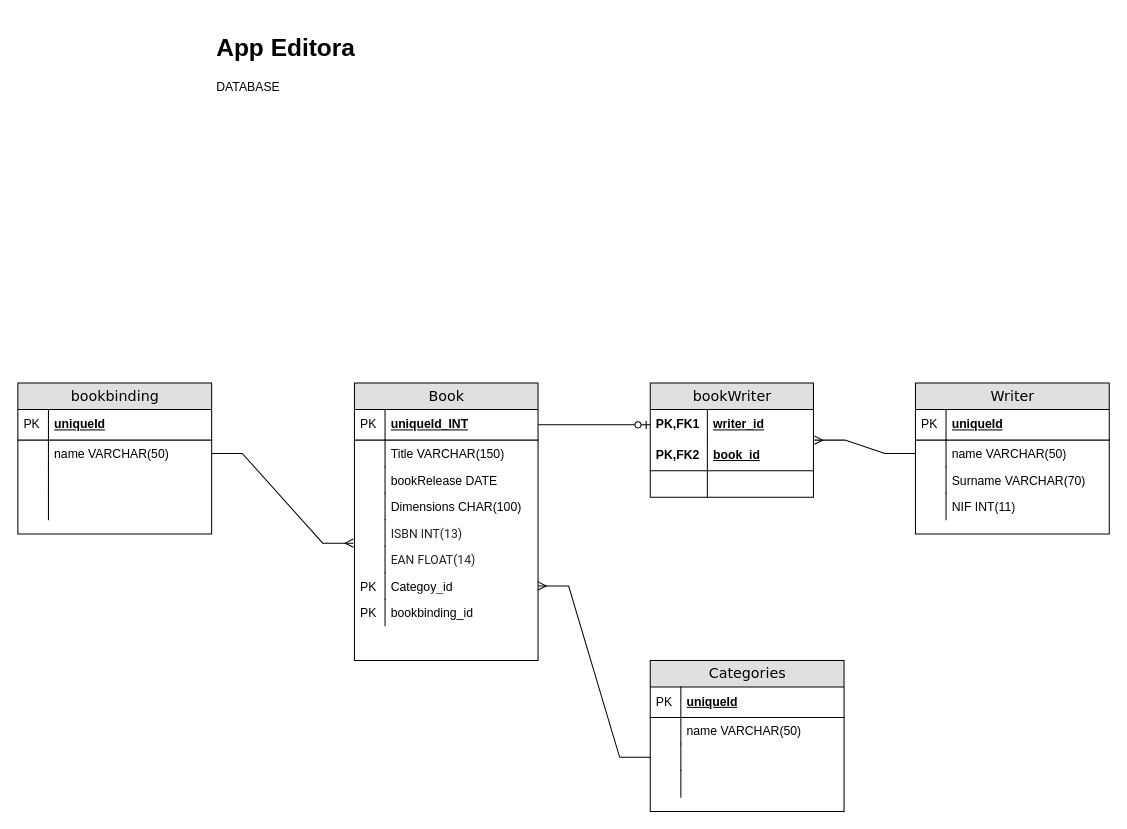
Before: Untitled Diagram.drawio in jonasnapoles/projectFinalDocs, a draw.io diagram. Source tidied: cells renumbered, new cells numbered last; positions are measured from the earlier drawing's top-left corner, leaving out a move shared by most shapes. Both pictures are drawn from the tidied source at 102%, with x=0, y=0 at pixel (17, 28).
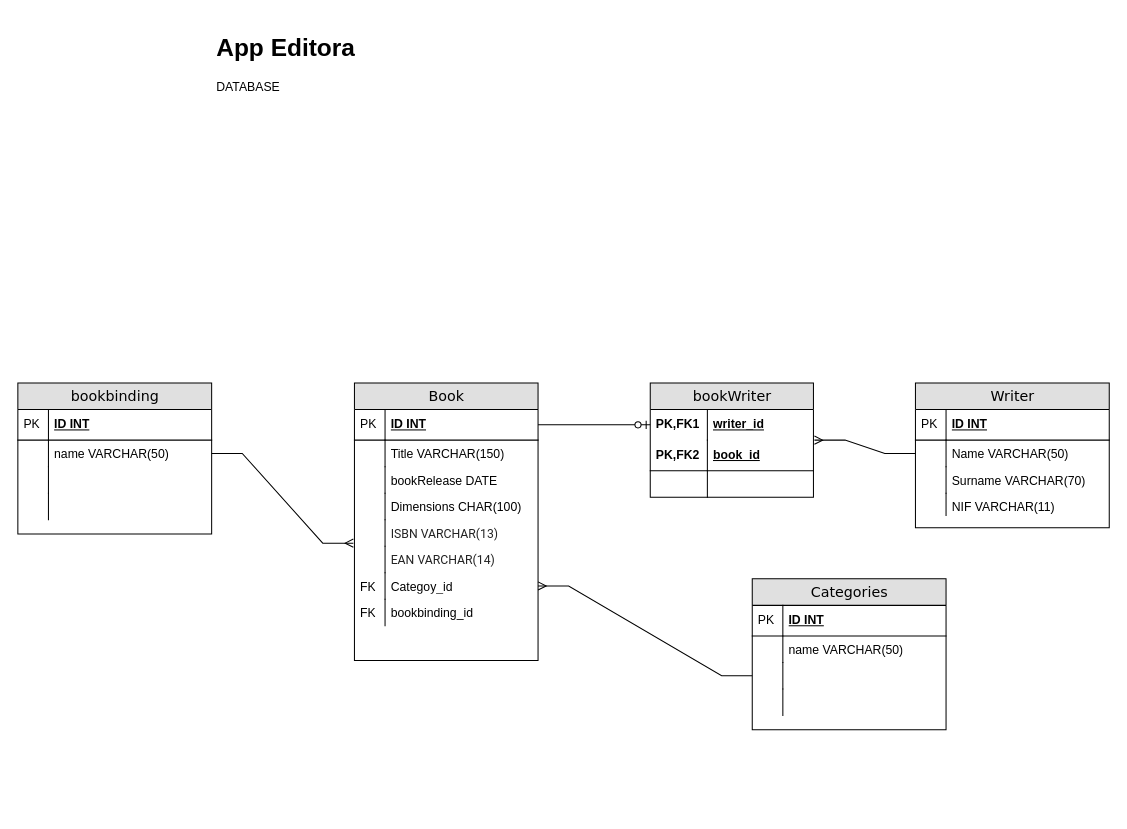
The same diagram, later.

Unchanged cells that the change refers to:
```xml
<mxCell id="18" value="Book" style="swimlane;html=1;fontStyle=0;horizontal=1;startSize=26;fillColor=#e0e0e0;swimlaneFillColor=#ffffff;align=center;rounded=0;shadow=0;comic=0;labelBackgroundColor=none;strokeWidth=1;fontFamily=Verdana;fontSize=14;" parent="1" vertex="1">
  <mxGeometry x="330" y="348" width="180" height="272" as="geometry" />
</mxCell>
<mxCell id="31" value="Categoy_id" style="shape=partialRectangle;top=0;left=0;right=0;bottom=0;html=1;align=left;verticalAlign=top;fillColor=none;spacingLeft=34;spacingRight=4;whiteSpace=wrap;overflow=hidden;points=[[0,0.5],[1,0.5]];portConstraint=eastwest;" parent="18" vertex="1">
  <mxGeometry y="186" width="180" height="26" as="geometry" />
</mxCell>
<mxCell id="33" value="bookbinding_id" style="shape=partialRectangle;top=0;left=0;right=0;bottom=0;html=1;align=left;verticalAlign=top;fillColor=none;spacingLeft=34;spacingRight=4;whiteSpace=wrap;overflow=hidden;" parent="18" vertex="1">
  <mxGeometry y="212" width="180" height="26" as="geometry" />
</mxCell>
<mxCell id="37" value="bookbinding" style="swimlane;html=1;fontStyle=0;horizontal=1;startSize=26;fillColor=#e0e0e0;swimlaneFillColor=#ffffff;align=center;rounded=0;shadow=0;comic=0;labelBackgroundColor=none;strokeWidth=1;fontFamily=Verdana;fontSize=14;swimlaneLine=1;" parent="1" vertex="1">
  <mxGeometry y="348" width="190" height="148" as="geometry" />
</mxCell>
```

Change to the diagram source:
```diff
@@
     <mxCell id="9" value="Writer" style="swimlane;html=1;fontStyle=0;horizontal=1;startSize=26;fillColor=#e0e0e0;swimlaneFillColor=#ffffff;align=center;rounded=0;shadow=0;comic=0;labelBackgroundColor=none;strokeWidth=1;fontFamily=Verdana;fontSize=14;swimlaneLine=1;" parent="1" vertex="1">
-      <mxGeometry x="880" y="348" width="190" height="148" as="geometry" />
+      <mxGeometry x="880" y="348" width="190" height="142" as="geometry" />
     </mxCell>
-    <mxCell id="10" value="uniqueId" style="shape=partialRectangle;top=0;left=0;right=0;bottom=1;html=1;align=left;verticalAlign=middle;fillColor=none;spacingLeft=34;spacingRight=4;whiteSpace=wrap;overflow=hidden;fontStyle=5;" parent="9" vertex="1">
+    <mxCell id="10" value="ID INT" style="shape=partialRectangle;top=0;left=0;right=0;bottom=1;html=1;align=left;verticalAlign=middle;fillColor=none;spacingLeft=34;spacingRight=4;whiteSpace=wrap;overflow=hidden;fontStyle=5;" parent="9" vertex="1">
       <mxGeometry y="26" width="190" height="30" as="geometry" />
     </mxCell>
@@
-    <mxCell id="12" value="name VARCHAR(50)" style="shape=partialRectangle;top=0;left=0;right=0;bottom=0;html=1;align=left;verticalAlign=top;fillColor=none;spacingLeft=34;spacingRight=4;whiteSpace=wrap;overflow=hidden;points=[[0,0.5],[1,0.5]];portConstraint=eastwest;" parent="9" vertex="1">
+    <mxCell id="12" value="Name VARCHAR(50)" style="shape=partialRectangle;top=0;left=0;right=0;bottom=0;html=1;align=left;verticalAlign=top;fillColor=none;spacingLeft=34;spacingRight=4;whiteSpace=wrap;overflow=hidden;points=[[0,0.5],[1,0.5]];portConstraint=eastwest;" parent="9" vertex="1">
       <mxGeometry y="56" width="190" height="26" as="geometry" />
     </mxCell>
@@
-    <mxCell id="16" value="NIF INT(11)" style="shape=partialRectangle;top=0;left=0;right=0;bottom=0;html=1;align=left;verticalAlign=top;fillColor=none;spacingLeft=34;spacingRight=4;whiteSpace=wrap;overflow=hidden;" parent="9" vertex="1">
-      <mxGeometry y="108" width="190" height="26" as="geometry" />
+    <mxCell id="16" value="NIF VARCHAR(11)" style="shape=partialRectangle;top=0;left=0;right=0;bottom=0;html=1;align=left;verticalAlign=top;fillColor=none;spacingLeft=34;spacingRight=4;whiteSpace=wrap;overflow=hidden;" parent="9" vertex="1">
+      <mxGeometry y="108" width="190" height="22" as="geometry" />
     </mxCell>
     <mxCell id="17" style="shape=partialRectangle;top=0;left=0;bottom=0;html=1;fillColor=none;align=left;verticalAlign=top;spacingLeft=4;spacingRight=4;whiteSpace=wrap;overflow=hidden;" parent="16" vertex="1">
-      <mxGeometry width="30" height="26" as="geometry" />
+      <mxGeometry width="30" height="22" as="geometry" />
     </mxCell>
@@
-    <mxCell id="19" value="uniqueId_INT" style="shape=partialRectangle;top=0;left=0;right=0;bottom=1;html=1;align=left;verticalAlign=middle;fillColor=none;spacingLeft=34;spacingRight=4;whiteSpace=wrap;overflow=hidden;fontStyle=5;" parent="18" vertex="1">
+    <mxCell id="19" value="ID INT" style="shape=partialRectangle;top=0;left=0;right=0;bottom=1;html=1;align=left;verticalAlign=middle;fillColor=none;spacingLeft=34;spacingRight=4;whiteSpace=wrap;overflow=hidden;fontStyle=5;" parent="18" vertex="1">
       <mxGeometry y="26" width="180" height="30" as="geometry" />
     </mxCell>
@@
-    <mxCell id="27" value="&lt;span style=&quot;color: rgb(35 , 35 , 35) ; font-family: &amp;#34;roboto&amp;#34; , &amp;#34;arial&amp;#34; , &amp;#34;helvetica&amp;#34; , &amp;#34;tahoma&amp;#34; , sans-serif ; background-color: rgb(255 , 255 , 255)&quot;&gt;&lt;font style=&quot;font-size: 12px&quot;&gt;ISBN INT(13)&lt;/font&gt;&lt;/span&gt;" style="shape=partialRectangle;top=0;left=0;right=0;bottom=0;html=1;align=left;verticalAlign=top;fillColor=none;spacingLeft=34;spacingRight=4;whiteSpace=wrap;overflow=hidden;points=[[0,0.5],[1,0.5]];portConstraint=eastwest;" parent="18" vertex="1">
+    <mxCell id="27" value="&lt;span style=&quot;color: rgb(35 , 35 , 35) ; font-family: &amp;#34;roboto&amp;#34; , &amp;#34;arial&amp;#34; , &amp;#34;helvetica&amp;#34; , &amp;#34;tahoma&amp;#34; , sans-serif ; background-color: rgb(255 , 255 , 255)&quot;&gt;&lt;font style=&quot;font-size: 12px&quot;&gt;ISBN VARCHAR(13)&lt;/font&gt;&lt;/span&gt;" style="shape=partialRectangle;top=0;left=0;right=0;bottom=0;html=1;align=left;verticalAlign=top;fillColor=none;spacingLeft=34;spacingRight=4;whiteSpace=wrap;overflow=hidden;points=[[0,0.5],[1,0.5]];portConstraint=eastwest;" parent="18" vertex="1">
       <mxGeometry y="134" width="180" height="26" as="geometry" />
     </mxCell>
@@
-    <mxCell id="29" value="&lt;font style=&quot;font-size: 12px&quot;&gt;&lt;span style=&quot;color: rgb(35 , 35 , 35) ; font-family: &amp;#34;roboto&amp;#34; , &amp;#34;arial&amp;#34; , &amp;#34;helvetica&amp;#34; , &amp;#34;tahoma&amp;#34; , sans-serif ; background-color: rgb(255 , 255 , 255)&quot;&gt;EAN&lt;/span&gt;&lt;span style=&quot;color: rgb(35 , 35 , 35) ; font-family: &amp;#34;roboto&amp;#34; , &amp;#34;arial&amp;#34; , &amp;#34;helvetica&amp;#34; , &amp;#34;tahoma&amp;#34; , sans-serif ; background-color: rgb(255 , 255 , 255)&quot;&gt;&lt;font&gt;&amp;nbsp;FLOAT(14)&lt;/font&gt;&lt;/span&gt;&lt;/font&gt;" style="shape=partialRectangle;top=0;left=0;right=0;bottom=0;html=1;align=left;verticalAlign=top;fillColor=none;spacingLeft=34;spacingRight=4;whiteSpace=wrap;overflow=hidden;" parent="18" vertex="1">
+    <mxCell id="29" value="&lt;font style=&quot;font-size: 12px&quot;&gt;&lt;span style=&quot;color: rgb(35 , 35 , 35) ; font-family: &amp;#34;roboto&amp;#34; , &amp;#34;arial&amp;#34; , &amp;#34;helvetica&amp;#34; , &amp;#34;tahoma&amp;#34; , sans-serif ; background-color: rgb(255 , 255 , 255)&quot;&gt;EAN&lt;/span&gt;&lt;span style=&quot;color: rgb(35 , 35 , 35) ; font-family: &amp;#34;roboto&amp;#34; , &amp;#34;arial&amp;#34; , &amp;#34;helvetica&amp;#34; , &amp;#34;tahoma&amp;#34; , sans-serif ; background-color: rgb(255 , 255 , 255)&quot;&gt;&lt;font&gt;&amp;nbsp;VARCHAR(14)&lt;/font&gt;&lt;/span&gt;&lt;/font&gt;" style="shape=partialRectangle;top=0;left=0;right=0;bottom=0;html=1;align=left;verticalAlign=top;fillColor=none;spacingLeft=34;spacingRight=4;whiteSpace=wrap;overflow=hidden;" parent="18" vertex="1">
       <mxGeometry y="160" width="180" height="26" as="geometry" />
     </mxCell>
@@
-    <mxCell id="32" value="PK" style="shape=partialRectangle;top=0;left=0;bottom=0;html=1;fillColor=none;align=left;verticalAlign=top;spacingLeft=4;spacingRight=4;whiteSpace=wrap;overflow=hidden;" parent="31" vertex="1">
+    <mxCell id="32" value="FK" style="shape=partialRectangle;top=0;left=0;bottom=0;html=1;fillColor=none;align=left;verticalAlign=top;spacingLeft=4;spacingRight=4;whiteSpace=wrap;overflow=hidden;" parent="31" vertex="1">
       <mxGeometry width="30" height="26" as="geometry" />
     </mxCell>
@@
-    <mxCell id="34" value="PK" style="shape=partialRectangle;top=0;left=0;bottom=0;html=1;fillColor=none;align=left;verticalAlign=top;spacingLeft=4;spacingRight=4;whiteSpace=wrap;overflow=hidden;" parent="33" vertex="1">
+    <mxCell id="34" value="FK" style="shape=partialRectangle;top=0;left=0;bottom=0;html=1;fillColor=none;align=left;verticalAlign=top;spacingLeft=4;spacingRight=4;whiteSpace=wrap;overflow=hidden;" parent="33" vertex="1">
       <mxGeometry width="30" height="26" as="geometry" />
     </mxCell>
@@
-    <mxCell id="38" value="uniqueId" style="shape=partialRectangle;top=0;left=0;right=0;bottom=1;html=1;align=left;verticalAlign=middle;fillColor=none;spacingLeft=34;spacingRight=4;whiteSpace=wrap;overflow=hidden;fontStyle=5;" parent="37" vertex="1">
+    <mxCell id="38" value="ID INT" style="shape=partialRectangle;top=0;left=0;right=0;bottom=1;html=1;align=left;verticalAlign=middle;fillColor=none;spacingLeft=34;spacingRight=4;whiteSpace=wrap;overflow=hidden;fontStyle=5;" parent="37" vertex="1">
       <mxGeometry y="26" width="190" height="30" as="geometry" />
     </mxCell>
@@
     <mxCell id="46" value="Categories" style="swimlane;html=1;fontStyle=0;horizontal=1;startSize=26;fillColor=#e0e0e0;swimlaneFillColor=#ffffff;align=center;rounded=0;shadow=0;comic=0;labelBackgroundColor=none;strokeWidth=1;fontFamily=Verdana;fontSize=14;swimlaneLine=1;" parent="1" vertex="1">
-      <mxGeometry x="620" y="620" width="190" height="148" as="geometry" />
+      <mxGeometry x="720" y="540" width="190" height="148" as="geometry" />
     </mxCell>
-    <mxCell id="47" value="uniqueId" style="shape=partialRectangle;top=0;left=0;right=0;bottom=1;html=1;align=left;verticalAlign=middle;fillColor=none;spacingLeft=34;spacingRight=4;whiteSpace=wrap;overflow=hidden;fontStyle=5;" parent="46" vertex="1">
+    <mxCell id="47" value="ID INT" style="shape=partialRectangle;top=0;left=0;right=0;bottom=1;html=1;align=left;verticalAlign=middle;fillColor=none;spacingLeft=34;spacingRight=4;whiteSpace=wrap;overflow=hidden;fontStyle=5;" parent="46" vertex="1">
       <mxGeometry y="26" width="190" height="30" as="geometry" />
     </mxCell>
```
